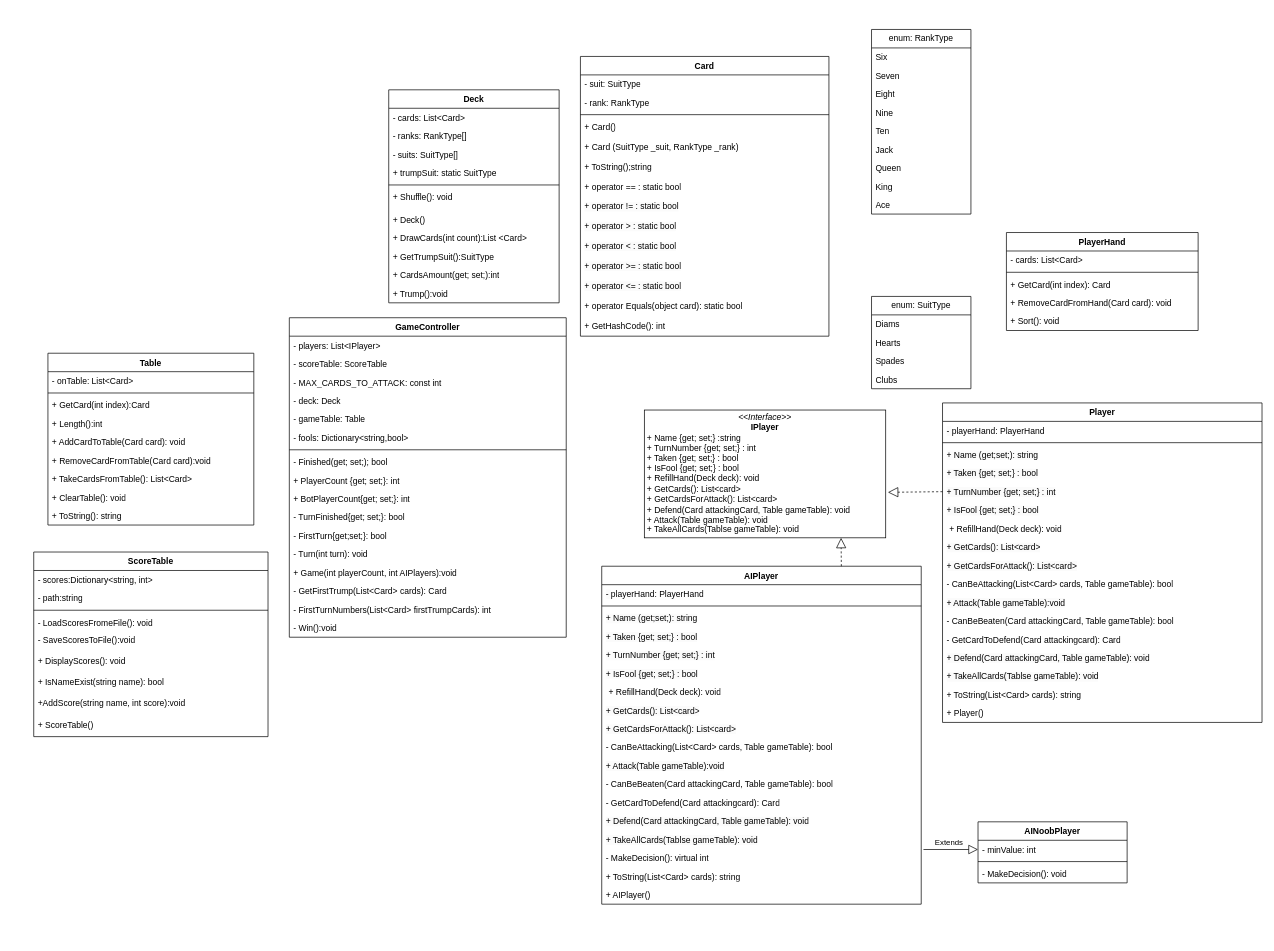
This is Docs/ДуракМодель.drawio from Stebusha/TheFool, a draw.io file, before an edit. Source tidied: cells renumbered, new cells numbered last; positions are measured from the earlier drawing's top-left corner, leaving out a move shared by most shapes. Both pictures are drawn from the tidied source at 71%, with x=0, y=0 at pixel (33, 29).
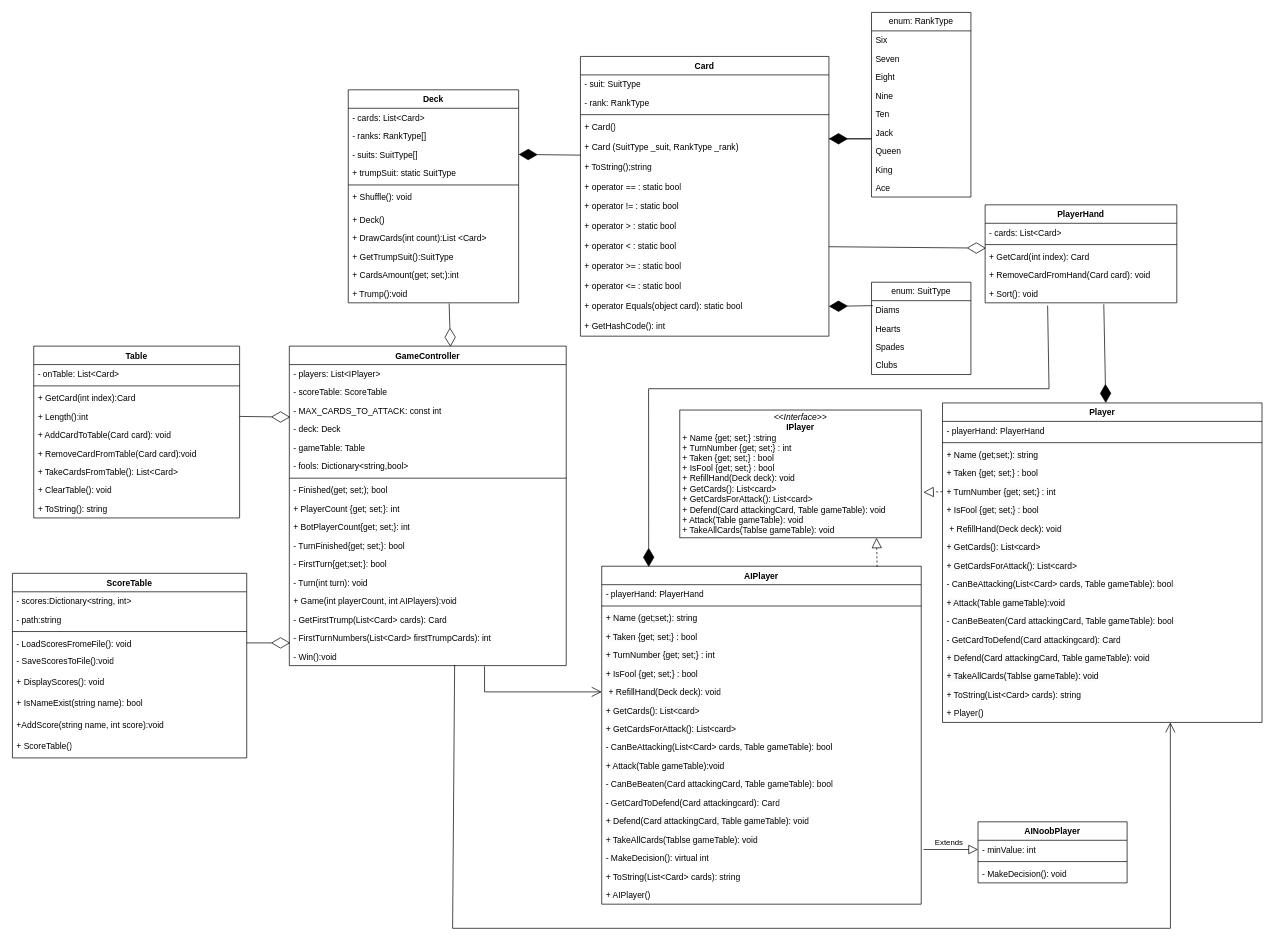
Above is the later version.

The change refers to these unchanged cells:
```xml
<mxCell id="4" value="Diams" style="text;strokeColor=none;fillColor=none;align=left;verticalAlign=top;spacingLeft=4;spacingRight=4;overflow=hidden;points=[[0,0.5],[1,0.5]];portConstraint=eastwest;whiteSpace=wrap;html=1;" parent="3" vertex="1">
  <mxGeometry y="26" width="140" height="26" as="geometry" />
</mxCell>
<mxCell id="21" value="- MAX_CARDS_TO_ATTACK: const int" style="text;strokeColor=none;fillColor=none;align=left;verticalAlign=top;spacingLeft=4;spacingRight=4;overflow=hidden;points=[[0,0.5],[1,0.5]];portConstraint=eastwest;whiteSpace=wrap;html=1;" parent="18" vertex="1">
  <mxGeometry y="78" width="390" height="26" as="geometry" />
</mxCell>
<mxCell id="34" value="- FirstTurnNumbers(List&amp;lt;Card&amp;gt; firstTrumpCards): int" style="text;strokeColor=none;fillColor=none;align=left;verticalAlign=top;spacingLeft=4;spacingRight=4;overflow=hidden;points=[[0,0.5],[1,0.5]];portConstraint=eastwest;whiteSpace=wrap;html=1;" parent="18" vertex="1">
  <mxGeometry y="398" width="390" height="26" as="geometry" />
</mxCell>
<mxCell id="35" value="- Win():void" style="text;strokeColor=none;fillColor=none;align=left;verticalAlign=top;spacingLeft=4;spacingRight=4;overflow=hidden;points=[[0,0.5],[1,0.5]];portConstraint=eastwest;whiteSpace=wrap;html=1;" parent="18" vertex="1">
  <mxGeometry y="424" width="390" height="26" as="geometry" />
</mxCell>
<mxCell id="39" value="- suits: SuitType[]" style="text;strokeColor=none;fillColor=none;align=left;verticalAlign=top;spacingLeft=4;spacingRight=4;overflow=hidden;points=[[0,0.5],[1,0.5]];portConstraint=eastwest;whiteSpace=wrap;html=1;" parent="36" vertex="1">
  <mxGeometry y="78" width="240" height="26" as="geometry" />
</mxCell>
<mxCell id="47" value="+ Trump():void" style="text;strokeColor=none;fillColor=none;align=left;verticalAlign=top;spacingLeft=4;spacingRight=4;overflow=hidden;points=[[0,0.5],[1,0.5]];portConstraint=eastwest;whiteSpace=wrap;html=1;" parent="36" vertex="1">
  <mxGeometry y="274" width="240" height="26" as="geometry" />
</mxCell>
<mxCell id="52" value="- LoadScoresFromeFile(): void" style="text;strokeColor=none;fillColor=none;align=left;verticalAlign=top;spacingLeft=4;spacingRight=4;overflow=hidden;points=[[0,0.5],[1,0.5]];portConstraint=eastwest;whiteSpace=wrap;html=1;" parent="48" vertex="1">
  <mxGeometry y="86" width="330" height="24" as="geometry" />
</mxCell>
<mxCell id="63" value="+ Card (SuitType _suit, RankType&amp;nbsp;_rank)&amp;nbsp;" style="text;strokeColor=none;fillColor=none;align=left;verticalAlign=top;spacingLeft=4;spacingRight=4;overflow=hidden;points=[[0,0.5],[1,0.5]];portConstraint=eastwest;whiteSpace=wrap;html=1;" parent="58" vertex="1">
  <mxGeometry y="114" width="350" height="28" as="geometry" />
</mxCell>
<mxCell id="64" value="+ ToString();string" style="text;strokeColor=none;fillColor=none;align=left;verticalAlign=top;spacingLeft=4;spacingRight=4;overflow=hidden;points=[[0,0.5],[1,0.5]];portConstraint=eastwest;whiteSpace=wrap;html=1;" parent="58" vertex="1">
  <mxGeometry y="142" width="350" height="28" as="geometry" />
</mxCell>
<mxCell id="68" value="&lt;span style=&quot;color: rgb(0, 0, 0); font-family: Helvetica; font-size: 12px; font-style: normal; font-variant-ligatures: normal; font-variant-caps: normal; font-weight: 400; letter-spacing: normal; orphans: 2; text-align: left; text-indent: 0px; text-transform: none; widows: 2; word-spacing: 0px; -webkit-text-stroke-width: 0px; white-space: normal; background-color: rgb(251, 251, 251); text-decoration-thickness: initial; text-decoration-style: initial; text-decoration-color: initial; display: inline !important; float: none;&quot;&gt;+ operator &amp;lt; : static bool&lt;/span&gt;" style="text;strokeColor=none;fillColor=none;align=left;verticalAlign=top;spacingLeft=4;spacingRight=4;overflow=hidden;points=[[0,0.5],[1,0.5]];portConstraint=eastwest;whiteSpace=wrap;html=1;" parent="58" vertex="1">
  <mxGeometry y="254" width="350" height="28" as="geometry" />
</mxCell>
<mxCell id="71" value="+ operator Equals(object card): static bool" style="text;strokeColor=none;fillColor=none;align=left;verticalAlign=top;spacingLeft=4;spacingRight=4;overflow=hidden;points=[[0,0.5],[1,0.5]];portConstraint=eastwest;whiteSpace=wrap;html=1;" parent="58" vertex="1">
  <mxGeometry y="338" width="350" height="28" as="geometry" />
</mxCell>
<mxCell id="73" value="AIPlayer" style="swimlane;fontStyle=1;align=center;verticalAlign=top;horizontal=1;startSize=26;whiteSpace=wrap;html=1;" parent="1" vertex="1">
  <mxGeometry x="800" y="756" width="450" height="476" as="geometry" />
</mxCell>
<mxCell id="80" value="&lt;p style=&quot;margin: 0px 0px 0px 4px;&quot;&gt;+ RefillHand(Deck deck): void&lt;/p&gt;" style="text;strokeColor=none;fillColor=none;align=left;verticalAlign=top;spacingLeft=4;spacingRight=4;overflow=hidden;points=[[0,0.5],[1,0.5]];portConstraint=eastwest;whiteSpace=wrap;html=1;" parent="73" vertex="1">
  <mxGeometry y="164" width="450" height="26" as="geometry" />
</mxCell>
<mxCell id="96" value="+ GetCard(int index): Card" style="text;strokeColor=none;fillColor=none;align=left;verticalAlign=top;spacingLeft=4;spacingRight=4;overflow=hidden;points=[[0,0.5],[1,0.5]];portConstraint=eastwest;whiteSpace=wrap;html=1;" parent="93" vertex="1">
  <mxGeometry y="60" width="270" height="26" as="geometry" />
</mxCell>
<mxCell id="98" value="+ Sort(): void" style="text;strokeColor=none;fillColor=none;align=left;verticalAlign=top;spacingLeft=4;spacingRight=4;overflow=hidden;points=[[0,0.5],[1,0.5]];portConstraint=eastwest;whiteSpace=wrap;html=1;" parent="93" vertex="1">
  <mxGeometry y="112" width="270" height="26" as="geometry" />
</mxCell>
<mxCell id="103" value="+ Length():int" style="text;strokeColor=none;fillColor=none;align=left;verticalAlign=top;spacingLeft=4;spacingRight=4;overflow=hidden;points=[[0,0.5],[1,0.5]];portConstraint=eastwest;whiteSpace=wrap;html=1;" parent="99" vertex="1">
  <mxGeometry y="86" width="290" height="26" as="geometry" />
</mxCell>
<mxCell id="114" value="Player" style="swimlane;fontStyle=1;align=center;verticalAlign=top;horizontal=1;startSize=26;whiteSpace=wrap;html=1;" parent="1" vertex="1">
  <mxGeometry x="1280" y="526" width="450" height="450" as="geometry" />
</mxCell>
<mxCell id="131" value="+ Player()" style="text;strokeColor=none;fillColor=none;align=left;verticalAlign=top;spacingLeft=4;spacingRight=4;overflow=hidden;points=[[0,0.5],[1,0.5]];portConstraint=eastwest;whiteSpace=wrap;html=1;" parent="114" vertex="1">
  <mxGeometry y="424" width="450" height="26" as="geometry" />
</mxCell>
```

What changed in the source:
```diff
@@
     <mxCell id="2" value="&lt;p style=&quot;margin:0px;margin-top:4px;text-align:center;&quot;&gt;&lt;i&gt;&amp;lt;&amp;lt;Interface&amp;gt;&amp;gt;&lt;/i&gt;&lt;br&gt;&lt;b&gt;IPlayer&lt;/b&gt;&lt;/p&gt;&lt;p style=&quot;margin:0px;margin-left:4px;&quot;&gt;&lt;/p&gt;&lt;p style=&quot;margin:0px;margin-left:4px;&quot;&gt;+ Name {get; set;} :string&lt;/p&gt;&lt;p style=&quot;margin:0px;margin-left:4px;&quot;&gt;+ TurnNumber {get; set;} : int&lt;/p&gt;&lt;p style=&quot;margin:0px;margin-left:4px;&quot;&gt;+ Taken {get; set;} : bool&lt;/p&gt;&lt;p style=&quot;margin:0px;margin-left:4px;&quot;&gt;+ IsFool {get; set;} : bool&lt;/p&gt;&lt;p style=&quot;margin:0px;margin-left:4px;&quot;&gt;&lt;span style=&quot;background-color: initial;&quot;&gt;+ RefillHand(Deck deck): void&lt;/span&gt;&lt;br&gt;&lt;/p&gt;&lt;p style=&quot;margin:0px;margin-left:4px;&quot;&gt;&lt;span style=&quot;background-color: initial;&quot;&gt;+ GetCards(): List&amp;lt;card&amp;gt;&lt;/span&gt;&lt;/p&gt;&lt;p style=&quot;margin:0px;margin-left:4px;&quot;&gt;+ GetCardsForAttack(): List&amp;lt;card&amp;gt;&lt;span style=&quot;background-color: initial;&quot;&gt;&lt;br&gt;&lt;/span&gt;&lt;/p&gt;&lt;p style=&quot;margin:0px;margin-left:4px;&quot;&gt;+ Defend(Card attackingCard, Table gameTable&lt;span style=&quot;background-color: initial;&quot;&gt;): void&lt;/span&gt;&lt;/p&gt;&lt;p style=&quot;margin:0px;margin-left:4px;&quot;&gt;+ Attack(Table gameTable&lt;span style=&quot;background-color: initial;&quot;&gt;): void&lt;/span&gt;&lt;/p&gt;&lt;p style=&quot;margin:0px;margin-left:4px;&quot;&gt;+ TakeAllCards(Tablse gameTable): void&lt;br&gt;&lt;/p&gt;" style="verticalAlign=top;align=left;overflow=fill;html=1;whiteSpace=wrap;" parent="1" vertex="1">
-      <mxGeometry x="860" y="536" width="340" height="180" as="geometry" />
+      <mxGeometry x="910" y="536" width="340" height="180" as="geometry" />
     </mxCell>
     <mxCell id="3" value="enum: SuitType" style="swimlane;fontStyle=0;horizontal=1;startSize=26;fillColor=none;whiteSpace=wrap;html=1;" parent="1" vertex="1">
-      <mxGeometry x="1180" y="376" width="140" height="130" as="geometry" />
+      <mxGeometry x="1180" y="356" width="140" height="130" as="geometry" />
     </mxCell>
@@
     <mxCell id="8" value="enum: RankType" style="swimlane;fontStyle=0;horizontal=1;startSize=26;fillColor=none;whiteSpace=wrap;html=1;align=center;" parent="1" vertex="1">
-      <mxGeometry x="1180" width="140" height="260" as="geometry" />
+      <mxGeometry x="1180" y="-24" width="140" height="260" as="geometry" />
     </mxCell>
@@
     <mxCell id="18" value="GameController" style="swimlane;fontStyle=1;align=center;verticalAlign=top;horizontal=1;startSize=26;whiteSpace=wrap;html=1;" parent="1" vertex="1">
-      <mxGeometry x="360" y="406" width="390" height="450" as="geometry" />
+      <mxGeometry x="360" y="446" width="390" height="450" as="geometry" />
     </mxCell>
@@
     <mxCell id="36" value="&lt;b&gt;Deck&lt;/b&gt;" style="swimlane;fontStyle=1;align=center;verticalAlign=top;horizontal=1;startSize=26;whiteSpace=wrap;html=1;" parent="1" vertex="1">
-      <mxGeometry x="500" y="85" width="240" height="300" as="geometry" />
+      <mxGeometry x="443" y="85" width="240" height="300" as="geometry" />
     </mxCell>
@@
     <mxCell id="48" value="ScoreTable" style="swimlane;fontStyle=1;align=center;verticalAlign=top;horizontal=1;startSize=26;whiteSpace=wrap;html=1;" parent="1" vertex="1">
-      <mxGeometry y="736" width="330" height="260" as="geometry" />
+      <mxGeometry x="-30" y="766" width="330" height="260" as="geometry" />
     </mxCell>
@@
-    <mxCell id="92" style="endArrow=block;dashed=1;endFill=0;endSize=12;html=1;rounded=0;exitX=0.75;exitY=0;exitDx=0;exitDy=0;entryX=0.815;entryY=1;entryDx=0;entryDy=0;entryPerimeter=0;" parent="1" edge="1" source="73" target="2">
+    <mxCell id="92" style="endArrow=block;dashed=1;endFill=0;endSize=12;html=1;rounded=0;exitX=0.862;exitY=0.002;exitDx=0;exitDy=0;entryX=0.815;entryY=1;entryDx=0;entryDy=0;entryPerimeter=0;exitPerimeter=0;" parent="1" edge="1" source="73" target="2">
       <mxGeometry relative="1" as="geometry" />
     </mxCell>
     <mxCell id="93" value="PlayerHand" style="swimlane;fontStyle=1;align=center;verticalAlign=top;horizontal=1;startSize=26;whiteSpace=wrap;html=1;" parent="1" vertex="1">
-      <mxGeometry x="1370" y="286" width="270" height="138" as="geometry" />
+      <mxGeometry x="1340" y="247" width="270" height="138" as="geometry" />
     </mxCell>
@@
     <mxCell id="99" value="Table" style="swimlane;fontStyle=1;align=center;verticalAlign=top;horizontal=1;startSize=26;whiteSpace=wrap;html=1;" parent="1" vertex="1">
-      <mxGeometry x="20" y="456" width="290" height="242" as="geometry" />
+      <mxGeometry y="446" width="290" height="242" as="geometry" />
     </mxCell>
@@
+    <mxCell id="133" style="endArrow=diamondThin;endFill=0;endSize=24;html=1;rounded=0;exitX=1;exitY=0.5;exitDx=0;exitDy=0;entryX=0.003;entryY=0.846;entryDx=0;entryDy=0;entryPerimeter=0;" parent="1" edge="1" source="103" target="21">
+      <mxGeometry relative="1" as="geometry" />
+    </mxCell>
+    <mxCell id="134" style="endArrow=diamondThin;endFill=0;endSize=24;html=1;rounded=0;exitX=1;exitY=0.5;exitDx=0;exitDy=0;entryX=0.003;entryY=0.769;entryDx=0;entryDy=0;entryPerimeter=0;" parent="1" edge="1" source="52" target="34">
+      <mxGeometry relative="1" as="geometry" />
+    </mxCell>
+    <mxCell id="135" style="endArrow=diamondThin;endFill=1;endSize=24;html=1;rounded=0;exitX=1;exitY=0.071;exitDx=0;exitDy=0;exitPerimeter=0;" parent="1" edge="1" source="63">
+      <mxGeometry relative="1" as="geometry">
+        <mxPoint x="1120" y="154" as="targetPoint" />
+        <Array as="points">
+          <mxPoint x="1180" y="154" />
+        </Array>
+      </mxGeometry>
+    </mxCell>
+    <mxCell id="136" style="endArrow=diamondThin;endFill=1;endSize=24;html=1;rounded=0;entryX=1;entryY=0.5;entryDx=0;entryDy=0;exitX=0.014;exitY=0.269;exitDx=0;exitDy=0;exitPerimeter=0;" parent="1" edge="1" source="4" target="71">
+      <mxGeometry relative="1" as="geometry" />
+    </mxCell>
+    <mxCell id="137" style="endArrow=diamondThin;endFill=1;endSize=24;html=1;rounded=0;entryX=0.511;entryY=0;entryDx=0;entryDy=0;exitX=0.619;exitY=1.077;exitDx=0;exitDy=0;exitPerimeter=0;entryPerimeter=0;" parent="1" edge="1" source="98" target="114">
+      <mxGeometry relative="1" as="geometry" />
+    </mxCell>
+    <mxCell id="138" style="endArrow=diamondThin;endFill=0;endSize=24;html=1;rounded=0;entryX=0.004;entryY=0.038;entryDx=0;entryDy=0;exitX=1;exitY=0.5;exitDx=0;exitDy=0;entryPerimeter=0;" parent="1" edge="1" source="68" target="96">
+      <mxGeometry relative="1" as="geometry" />
+    </mxCell>
+    <mxCell id="139" style="endArrow=diamondThin;endFill=1;endSize=24;html=1;rounded=0;exitX=0;exitY=-0.107;exitDx=0;exitDy=0;entryX=1;entryY=0.5;entryDx=0;entryDy=0;exitPerimeter=0;" parent="1" edge="1" source="64" target="39">
+      <mxGeometry relative="1" as="geometry" />
+    </mxCell>
+    <mxCell id="140" style="endArrow=diamondThin;endFill=1;endSize=24;html=1;rounded=0;entryX=0.147;entryY=0.002;entryDx=0;entryDy=0;entryPerimeter=0;exitX=0.326;exitY=1.154;exitDx=0;exitDy=0;exitPerimeter=0;" parent="1" edge="1" source="98" target="73">
+      <mxGeometry relative="1" as="geometry">
+        <Array as="points">
+          <mxPoint x="1430" y="506" />
+          <mxPoint x="866" y="506" />
+        </Array>
+      </mxGeometry>
+    </mxCell>
+    <mxCell id="141" style="endArrow=open;endFill=1;endSize=12;html=1;rounded=0;exitX=0.705;exitY=1.038;exitDx=0;exitDy=0;exitPerimeter=0;entryX=0;entryY=0.5;entryDx=0;entryDy=0;" parent="1" edge="1" source="35" target="80">
+      <mxGeometry relative="1" as="geometry">
+        <Array as="points">
+          <mxPoint x="635" y="933" />
+        </Array>
+      </mxGeometry>
+    </mxCell>
+    <mxCell id="142" style="endArrow=open;endFill=1;endSize=12;html=1;rounded=0;exitX=0.597;exitY=0.962;exitDx=0;exitDy=0;exitPerimeter=0;entryX=0.713;entryY=1;entryDx=0;entryDy=0;entryPerimeter=0;" parent="1" edge="1" source="35" target="131">
+      <mxGeometry relative="1" as="geometry">
+        <Array as="points">
+          <mxPoint x="590" y="1266" />
+          <mxPoint x="1601" y="1266" />
+        </Array>
+      </mxGeometry>
+    </mxCell>
+    <mxCell id="143" style="endArrow=diamondThin;endFill=0;endSize=24;html=1;rounded=0;exitX=0.592;exitY=1.038;exitDx=0;exitDy=0;exitPerimeter=0;entryX=0.582;entryY=0.002;entryDx=0;entryDy=0;entryPerimeter=0;" parent="1" edge="1" source="47" target="18">
+      <mxGeometry relative="1" as="geometry" />
+    </mxCell>
```
